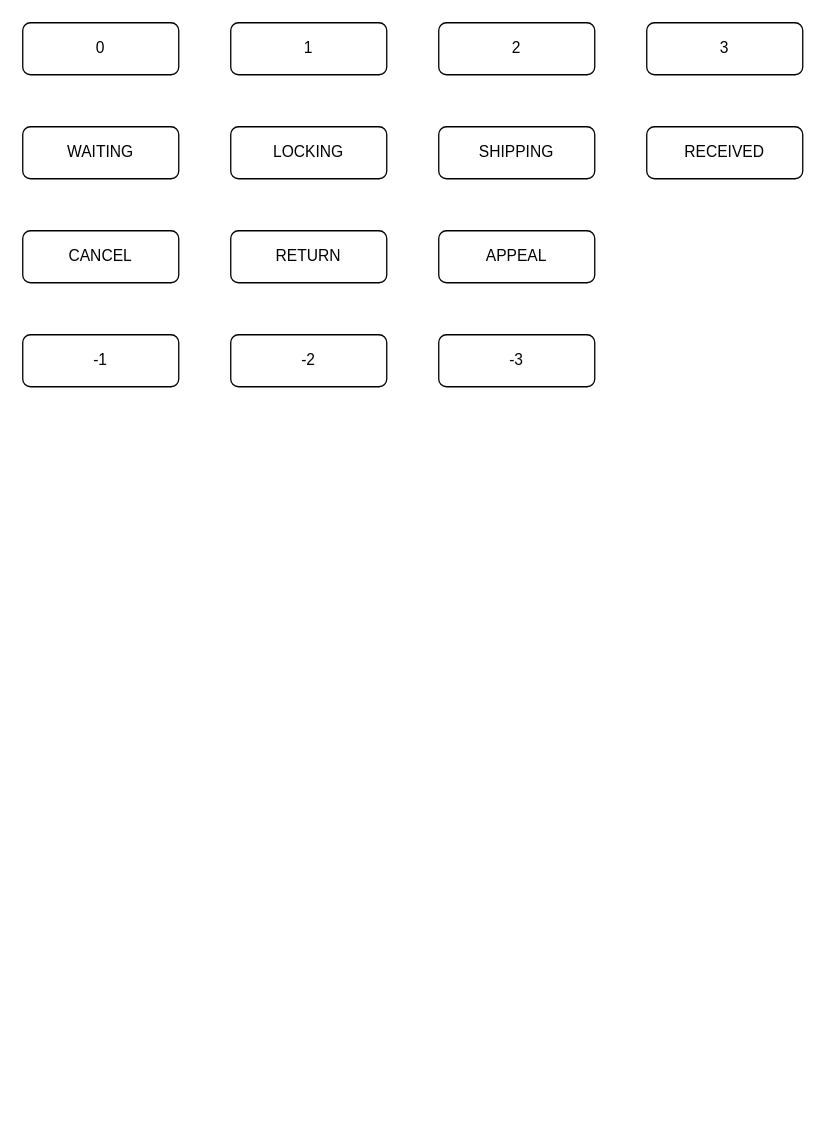
This is z/docs/states.drawio from rey-sudo/core, a draw.io file, before an edit. Source tidied: cells renumbered, new cells numbered last; positions are measured from the earlier drawing's top-left corner, leaving out a move shared by most shapes. Both pictures are drawn from the tidied source at 130%, with x=0, y=0 at pixel (22, 22).
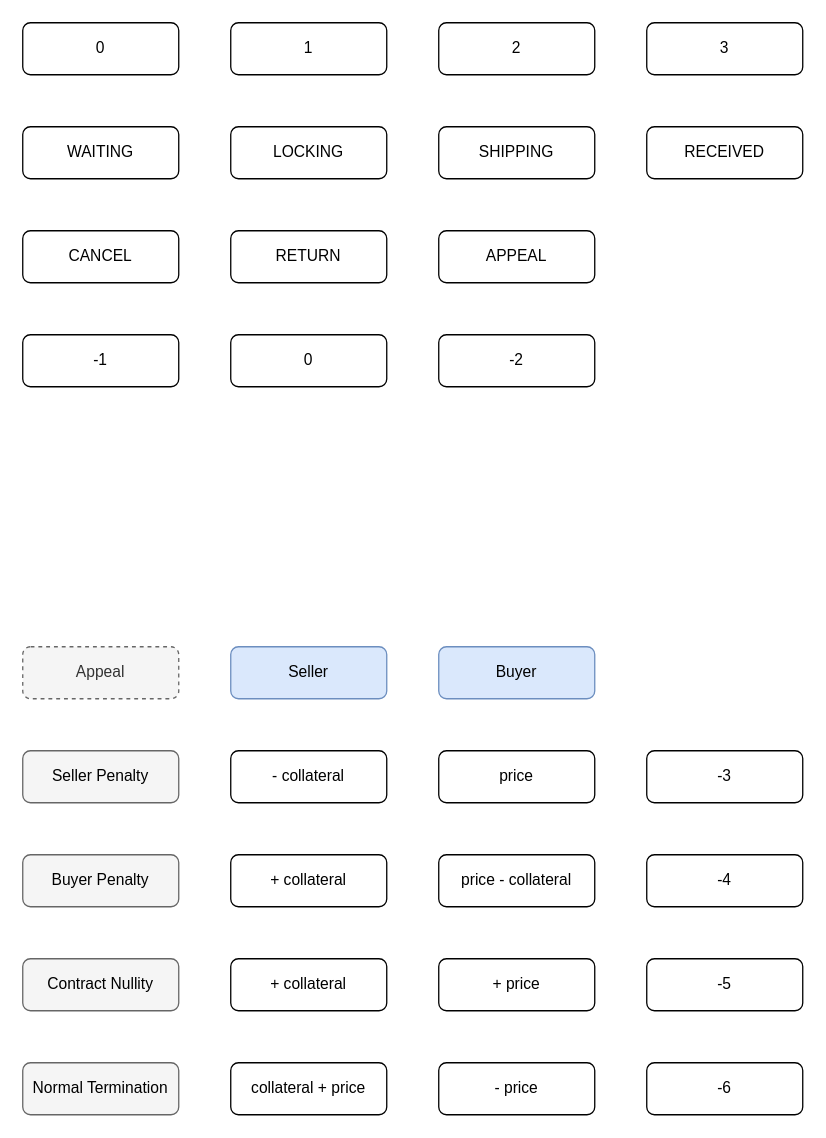
The same page after the edit.

Change to the diagram source:
```diff
@@
-    <mxCell id="14" value="-2" style="rounded=1;whiteSpace=wrap;html=1;" parent="1" vertex="1">
+    <mxCell id="14" value="0" style="rounded=1;whiteSpace=wrap;html=1;" parent="1" vertex="1">
       <mxGeometry x="160" y="240" width="120" height="40" as="geometry" />
     </mxCell>
-    <mxCell id="15" value="-3" style="rounded=1;whiteSpace=wrap;html=1;" parent="1" vertex="1">
+    <mxCell id="15" value="-2" style="rounded=1;whiteSpace=wrap;html=1;" parent="1" vertex="1">
       <mxGeometry x="320" y="240" width="120" height="40" as="geometry" />
     </mxCell>
+    <mxCell id="16" value="Appeal" style="rounded=1;whiteSpace=wrap;html=1;fillColor=#f5f5f5;fontColor=#333333;strokeColor=#666666;dashed=1;" parent="1" vertex="1">
+      <mxGeometry y="480" width="120" height="40" as="geometry" />
+    </mxCell>
+    <mxCell id="17" value="- collateral" style="rounded=1;whiteSpace=wrap;html=1;" parent="1" vertex="1">
+      <mxGeometry x="160" y="560" width="120" height="40" as="geometry" />
+    </mxCell>
+    <mxCell id="18" value="&lt;span style=&quot;color: rgb(0, 0, 0);&quot;&gt;Seller Penalty&lt;/span&gt;" style="rounded=1;whiteSpace=wrap;html=1;fillColor=#f5f5f5;fontColor=#333333;strokeColor=#666666;" parent="1" vertex="1">
+      <mxGeometry y="560" width="120" height="40" as="geometry" />
+    </mxCell>
+    <mxCell id="19" value="Seller" style="rounded=1;whiteSpace=wrap;html=1;fillColor=#dae8fc;strokeColor=#6c8ebf;" parent="1" vertex="1">
+      <mxGeometry x="160" y="480" width="120" height="40" as="geometry" />
+    </mxCell>
+    <mxCell id="20" value="Buyer" style="rounded=1;whiteSpace=wrap;html=1;fillColor=#dae8fc;strokeColor=#6c8ebf;" parent="1" vertex="1">
+      <mxGeometry x="320" y="480" width="120" height="40" as="geometry" />
+    </mxCell>
+    <mxCell id="21" value="price" style="rounded=1;whiteSpace=wrap;html=1;" parent="1" vertex="1">
+      <mxGeometry x="320" y="560" width="120" height="40" as="geometry" />
+    </mxCell>
+    <mxCell id="22" value="&lt;font color=&quot;#000000&quot;&gt;Contract Nullity&lt;/font&gt;" style="rounded=1;whiteSpace=wrap;html=1;fillColor=#f5f5f5;fontColor=#333333;strokeColor=#666666;" parent="1" vertex="1">
+      <mxGeometry y="720" width="120" height="40" as="geometry" />
+    </mxCell>
+    <mxCell id="23" value="+ collateral" style="rounded=1;whiteSpace=wrap;html=1;" parent="1" vertex="1">
+      <mxGeometry x="160" y="720" width="120" height="40" as="geometry" />
+    </mxCell>
+    <mxCell id="24" value="+ price" style="rounded=1;whiteSpace=wrap;html=1;" parent="1" vertex="1">
+      <mxGeometry x="320" y="720" width="120" height="40" as="geometry" />
+    </mxCell>
+    <mxCell id="25" value="&lt;font color=&quot;#000000&quot;&gt;Normal Termination&lt;/font&gt;" style="rounded=1;whiteSpace=wrap;html=1;fillColor=#f5f5f5;fontColor=#333333;strokeColor=#666666;" parent="1" vertex="1">
+      <mxGeometry y="800" width="120" height="40" as="geometry" />
+    </mxCell>
+    <mxCell id="26" value="collateral + price" style="rounded=1;whiteSpace=wrap;html=1;" parent="1" vertex="1">
+      <mxGeometry x="160" y="800" width="120" height="40" as="geometry" />
+    </mxCell>
+    <mxCell id="27" value="- price" style="rounded=1;whiteSpace=wrap;html=1;" parent="1" vertex="1">
+      <mxGeometry x="320" y="800" width="120" height="40" as="geometry" />
+    </mxCell>
+    <mxCell id="28" value="&lt;span style=&quot;color: rgb(0, 0, 0);&quot;&gt;Buyer Penalty&lt;/span&gt;" style="rounded=1;whiteSpace=wrap;html=1;fillColor=#f5f5f5;fontColor=#333333;strokeColor=#666666;" parent="1" vertex="1">
+      <mxGeometry y="640" width="120" height="40" as="geometry" />
+    </mxCell>
+    <mxCell id="29" value="+ collateral" style="rounded=1;whiteSpace=wrap;html=1;" parent="1" vertex="1">
+      <mxGeometry x="160" y="640" width="120" height="40" as="geometry" />
+    </mxCell>
+    <mxCell id="30" value="price - collateral" style="rounded=1;whiteSpace=wrap;html=1;" parent="1" vertex="1">
+      <mxGeometry x="320" y="640" width="120" height="40" as="geometry" />
+    </mxCell>
+    <mxCell id="31" value="-3" style="rounded=1;whiteSpace=wrap;html=1;" parent="1" vertex="1">
+      <mxGeometry x="480" y="560" width="120" height="40" as="geometry" />
+    </mxCell>
+    <mxCell id="32" value="-4" style="rounded=1;whiteSpace=wrap;html=1;" parent="1" vertex="1">
+      <mxGeometry x="480" y="640" width="120" height="40" as="geometry" />
+    </mxCell>
+    <mxCell id="33" value="-5" style="rounded=1;whiteSpace=wrap;html=1;" parent="1" vertex="1">
+      <mxGeometry x="480" y="720" width="120" height="40" as="geometry" />
+    </mxCell>
+    <mxCell id="34" value="-6" style="rounded=1;whiteSpace=wrap;html=1;" parent="1" vertex="1">
+      <mxGeometry x="480" y="800" width="120" height="40" as="geometry" />
+    </mxCell>
```
